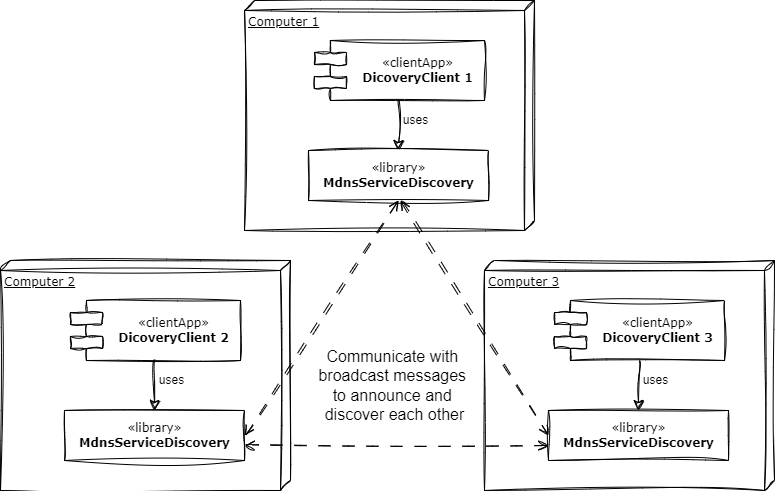
Before: Architecture.drawio.png, a diagram exported from draw.io (thgossler/ServiceDiscovery). Source tidied: cells renumbered, new cells last; positions are measured from the earlier drawing's top-left corner, leaving out a move shared by most shapes.
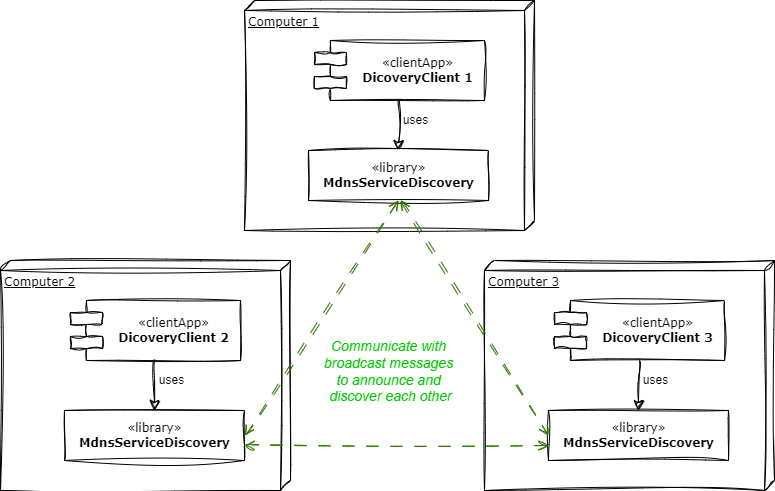
After the change.

Diff of the diagram source:
```diff
@@ -53,22 +53,22 @@
     <mxCell id="16" value="«library»&lt;br&gt;&lt;b&gt;MdnsServiceDiscovery&lt;/b&gt;" style="html=1;rounded=0;shadow=0;comic=0;labelBackgroundColor=none;strokeWidth=1;fontFamily=Verdana;fontSize=12;align=center;sketch=1;curveFitting=1;jiggle=2;" parent="1" vertex="1">
       <mxGeometry x="548" y="410" width="180" height="50" as="geometry" />
     </mxCell>
-    <mxCell id="17" style="edgeStyle=none;curved=1;rounded=0;jettySize=auto;html=1;entryX=0.5;entryY=1;entryDx=0;entryDy=0;fontSize=12;startSize=8;endSize=8;endArrow=open;endFill=0;startArrow=open;startFill=0;exitX=1;exitY=0.5;exitDx=0;exitDy=0;dashed=1;dashPattern=12 12;sketch=1;curveFitting=1;jiggle=2;" parent="1" edge="1" source="6" target="11">
+    <mxCell id="17" style="edgeStyle=none;curved=1;rounded=0;jettySize=auto;html=1;entryX=0.5;entryY=1;entryDx=0;entryDy=0;fontSize=12;startSize=8;endSize=8;endArrow=open;endFill=0;startArrow=open;startFill=0;exitX=1;exitY=0.5;exitDx=0;exitDy=0;dashed=1;dashPattern=12 12;sketch=1;curveFitting=1;jiggle=2;fillColor=#60a917;strokeColor=#2D7600;" parent="1" edge="1" source="6" target="11">
       <mxGeometry relative="1" as="geometry" />
     </mxCell>
-    <mxCell id="18" style="edgeStyle=none;curved=1;rounded=0;jettySize=auto;html=1;entryX=0;entryY=0.5;entryDx=0;entryDy=0;fontSize=12;startSize=8;endSize=8;endArrow=open;endFill=0;startArrow=open;startFill=0;dashed=1;dashPattern=12 12;sketch=1;curveFitting=1;jiggle=2;" parent="1" edge="1" target="16">
+    <mxCell id="18" style="edgeStyle=none;curved=1;rounded=0;jettySize=auto;html=1;entryX=0;entryY=0.5;entryDx=0;entryDy=0;fontSize=12;startSize=8;endSize=8;endArrow=open;endFill=0;startArrow=open;startFill=0;dashed=1;dashPattern=12 12;sketch=1;curveFitting=1;jiggle=2;fillColor=#60a917;strokeColor=#2D7600;" parent="1" edge="1" target="16">
       <mxGeometry relative="1" as="geometry">
         <mxPoint x="400" y="200" as="sourcePoint" />
       </mxGeometry>
     </mxCell>
-    <mxCell id="19" style="edgeStyle=none;curved=1;rounded=0;orthogonalLoop=1;jettySize=auto;html=1;fontSize=12;startSize=8;endSize=8;endArrow=open;endFill=0;startArrow=open;startFill=0;dashed=1;dashPattern=12 12;entryX=0;entryY=0.5;entryDx=0;entryDy=0;exitX=1;exitY=0.5;exitDx=0;exitDy=0;sketch=1;curveFitting=1;jiggle=2;" parent="1" edge="1">
+    <mxCell id="19" style="edgeStyle=none;curved=1;rounded=0;orthogonalLoop=1;jettySize=auto;html=1;fontSize=12;startSize=8;endSize=8;endArrow=open;endFill=0;startArrow=open;startFill=0;dashed=1;dashPattern=12 12;entryX=0;entryY=0.5;entryDx=0;entryDy=0;exitX=1;exitY=0.5;exitDx=0;exitDy=0;sketch=1;curveFitting=1;jiggle=2;fillColor=#60a917;strokeColor=#2D7600;" parent="1" edge="1">
       <mxGeometry relative="1" as="geometry">
         <mxPoint x="244" y="445" as="sourcePoint" />
         <mxPoint x="548" y="445" as="targetPoint" />
       </mxGeometry>
     </mxCell>
-    <mxCell id="20" value="Communicate with&amp;nbsp;&lt;div&gt;broadcast messages&amp;nbsp;&lt;/div&gt;&lt;div&gt;to announce and&amp;nbsp;&lt;/div&gt;&lt;div&gt;discover each other&lt;/div&gt;" style="text;html=1;align=center;verticalAlign=middle;strokeColor=none;fillColor=none;fontSize=16;sketch=1;curveFitting=1;jiggle=2;" parent="1" vertex="1">
-      <mxGeometry x="304" y="340" width="180" height="90" as="geometry" />
+    <mxCell id="20" value="Communicate with&amp;nbsp;&lt;div style=&quot;font-size: 14px;&quot;&gt;broadcast messages&amp;nbsp;&lt;/div&gt;&lt;div style=&quot;font-size: 14px;&quot;&gt;to announce and&amp;nbsp;&lt;/div&gt;&lt;div style=&quot;font-size: 14px;&quot;&gt;discover each other&lt;/div&gt;" style="text;html=1;align=center;verticalAlign=middle;strokeColor=none;fillColor=none;fontSize=14;sketch=1;curveFitting=1;jiggle=2;fontColor=#00CC00;fontStyle=2;" parent="1" vertex="1">
+      <mxGeometry x="314" y="331" width="151" height="79" as="geometry" />
     </mxCell>
   </root>
 </mxGraphModel>
```
